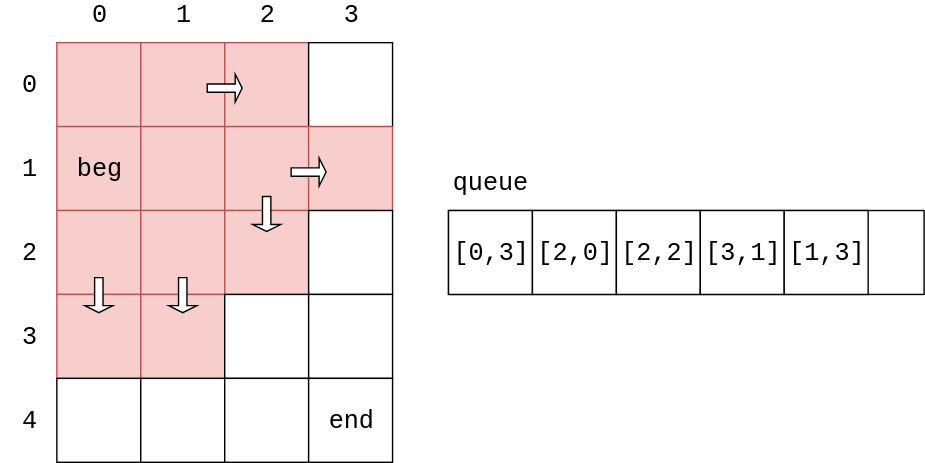
Earlier version of the draw.io export docs/Search/res/BreadthFirstSearch8.svg (linrongbin16/way-to-algorithm). Source tidied: cells renumbered, new cells last; positions are measured from the earlier drawing's top-left corner, leaving out a move shared by most shapes.
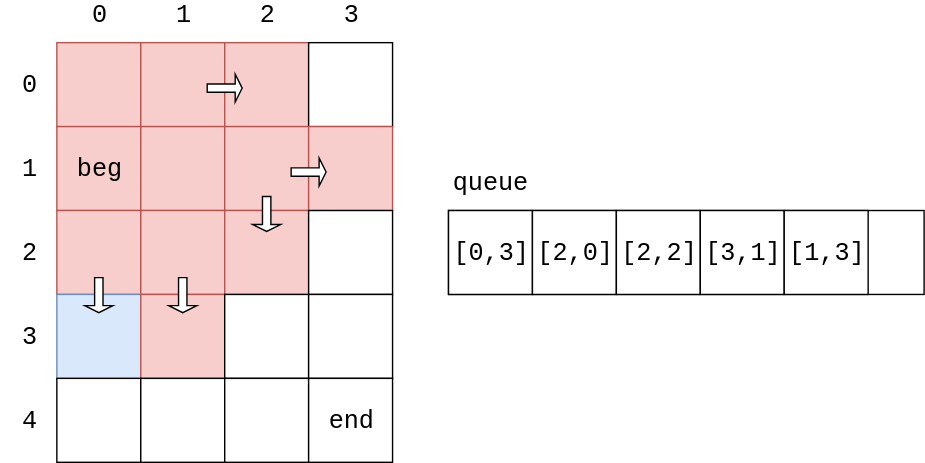
The same diagram one commit later.

Diff of the diagram source:
```diff
@@ -65,7 +65,7 @@
     <mxCell id="22" style="rounded=0;whiteSpace=wrap;html=1;fontFamily=Courier New;fontSize=18;fillColor=#ffffff;strokeColor=#000000;" parent="1" vertex="1">
       <mxGeometry x="220" y="150" width="60" height="60" as="geometry" />
     </mxCell>
-    <mxCell id="23" style="rounded=0;whiteSpace=wrap;html=1;fontFamily=Courier New;fontSize=18;fillColor=#f8cecc;strokeColor=#b85450;" parent="1" vertex="1">
+    <mxCell id="23" style="rounded=0;whiteSpace=wrap;html=1;fontFamily=Courier New;fontSize=18;fillColor=#dae8fc;strokeColor=#6c8ebf;" parent="1" vertex="1">
       <mxGeometry x="40" y="210" width="60" height="60" as="geometry" />
     </mxCell>
     <mxCell id="24" style="rounded=0;whiteSpace=wrap;html=1;fontFamily=Courier New;fontSize=18;fillColor=#f8cecc;strokeColor=#b85450;" parent="1" vertex="1">
```
